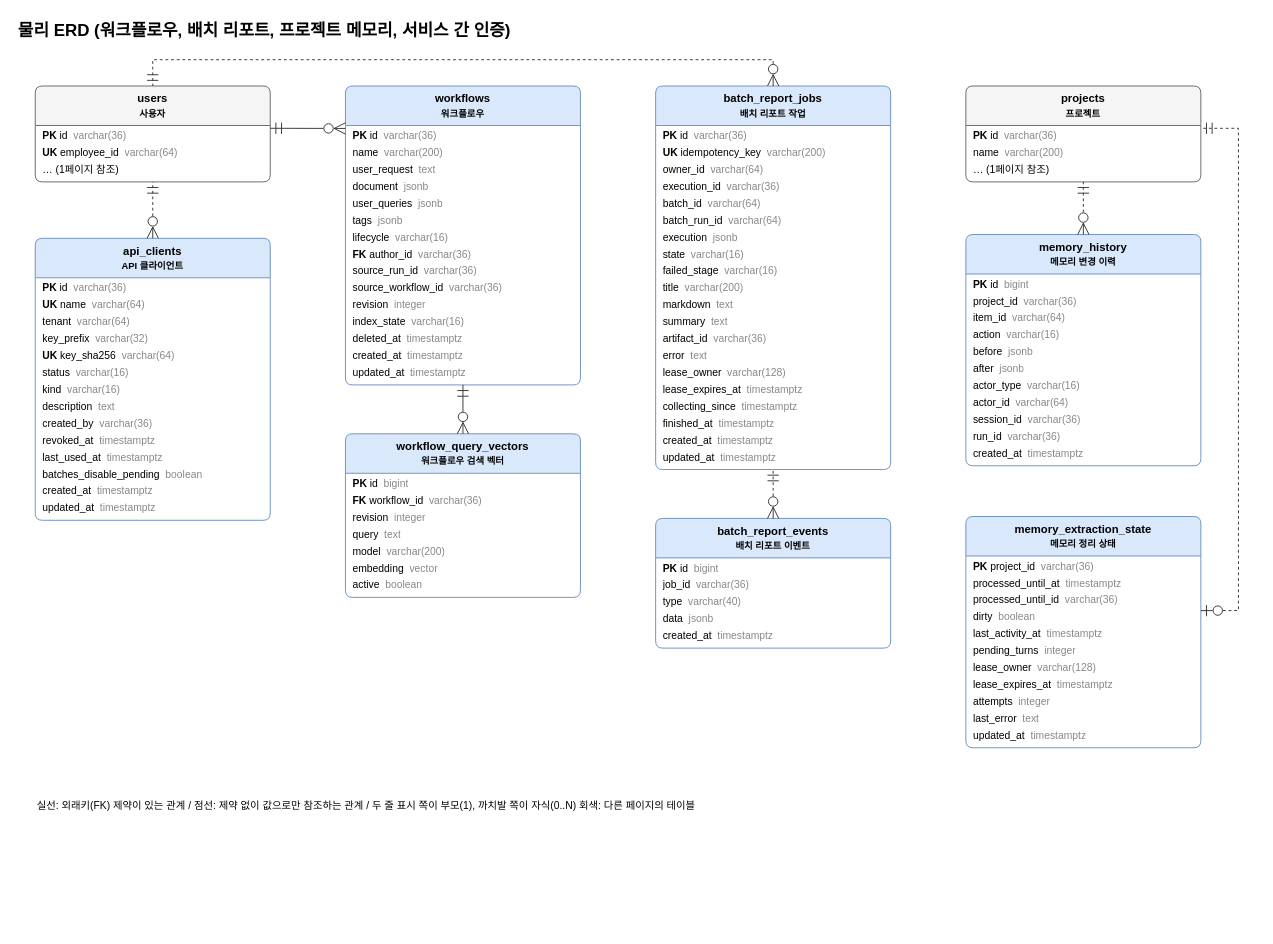
Earlier version of the draw.io diagram page "워크플로우·배치·메모리·인증" (2 of 3) of docs/deliverables/diagrams/05-erd-physical.drawio (KimHwaJin/pr-agentic-service). Source tidied: cells renumbered, new cells numbered last; positions are measured from the earlier drawing's top-left corner, leaving out a move shared by most shapes. Both pictures are drawn from the tidied source at 94%, with x=0, y=0 at pixel (16, 16).
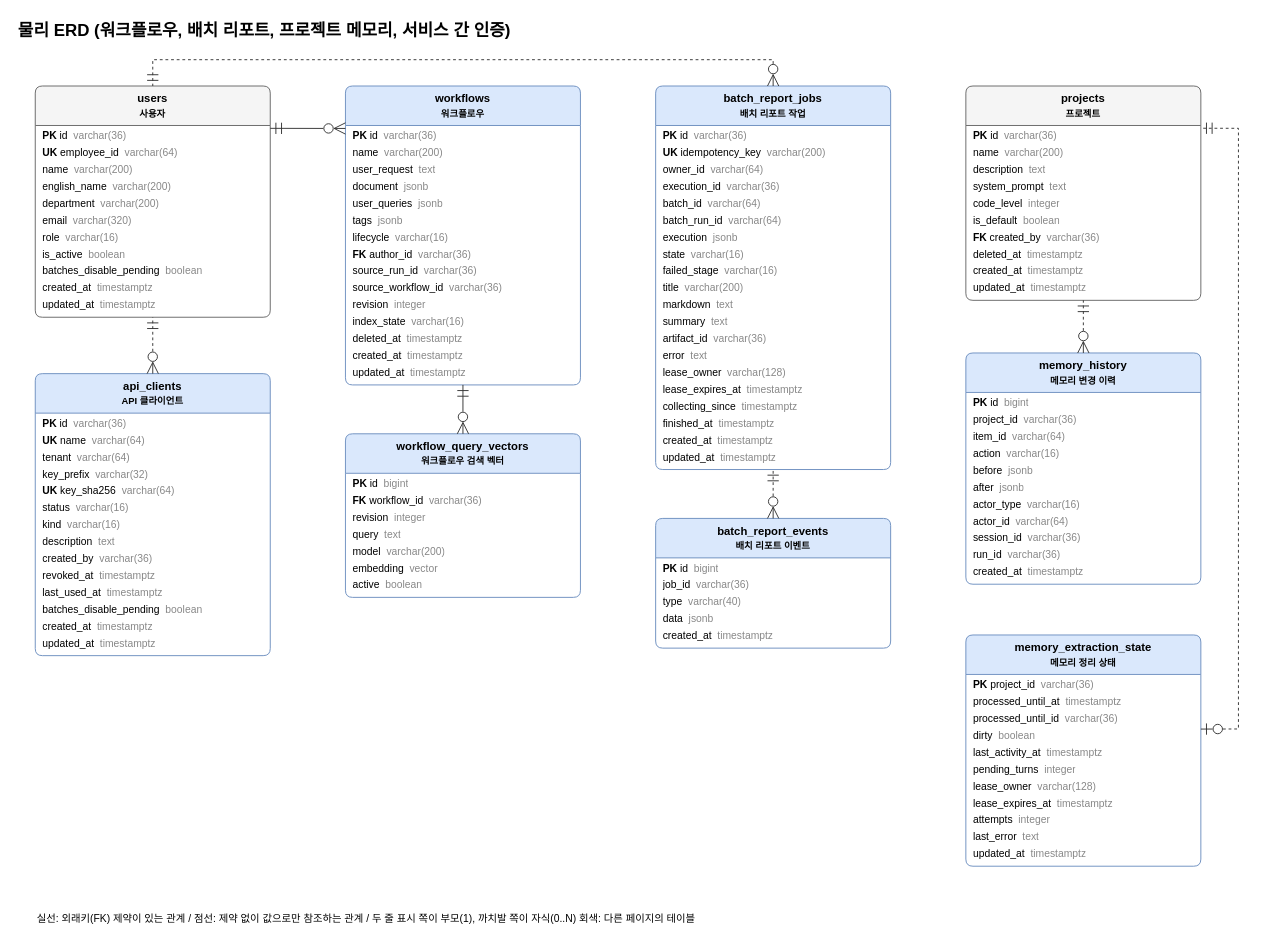
Above is the later version.

Unchanged cells that the change refers to:
```xml
<mxCell id="22" value="&lt;b&gt;workflows&lt;/b&gt;&lt;br&gt;&lt;font style=&quot;font-size:10px&quot;&gt;워크플로우&lt;/font&gt;" style="swimlane;html=1;whiteSpace=wrap;fontFamily=Helvetica;fontSize=12;fontStyle=1;startSize=42;fillColor=#dae8fc;strokeColor=#6c8ebf;swimlaneFillColor=#ffffff;rounded=1;arcSize=6;" parent="1" vertex="1">
  <mxGeometry x="350" y="74" width="250" height="318" as="geometry" />
</mxCell>
```

Change to the diagram source:
```diff
@@
     <mxCell id="3" value="&lt;b&gt;users&lt;/b&gt;&lt;br&gt;&lt;font style=&quot;font-size:10px&quot;&gt;사용자&lt;/font&gt;" style="swimlane;html=1;whiteSpace=wrap;fontFamily=Helvetica;fontSize=12;fontStyle=1;startSize=42;fillColor=#f5f5f5;strokeColor=#666666;swimlaneFillColor=#ffffff;rounded=1;arcSize=6;" parent="1" vertex="1">
-      <mxGeometry x="20" y="74" width="250" height="102" as="geometry" />
+      <mxGeometry x="20" y="74" width="250" height="246" as="geometry" />
     </mxCell>
@@
-    <mxCell id="6" value="… (1페이지 참조)" style="text;html=1;align=left;verticalAlign=middle;spacingLeft=6;fontFamily=Helvetica;fontSize=11;overflow=hidden;" parent="3" vertex="1">
+    <mxCell id="6" value="name&amp;nbsp;&amp;nbsp;&lt;font color=&quot;#888888&quot;&gt;varchar(200)&lt;/font&gt;" style="text;html=1;align=left;verticalAlign=middle;spacingLeft=6;fontFamily=Helvetica;fontSize=11;overflow=hidden;" parent="3" vertex="1">
       <mxGeometry y="80" width="250" height="18" as="geometry" />
     </mxCell>
+    <mxCell id="109" value="english_name&amp;nbsp;&amp;nbsp;&lt;font color=&quot;#888888&quot;&gt;varchar(200)&lt;/font&gt;" style="text;html=1;align=left;verticalAlign=middle;spacingLeft=6;fontFamily=Helvetica;fontSize=11;overflow=hidden;" parent="3" vertex="1">
+      <mxGeometry y="98" width="250" height="18" as="geometry" />
+    </mxCell>
+    <mxCell id="110" value="department&amp;nbsp;&amp;nbsp;&lt;font color=&quot;#888888&quot;&gt;varchar(200)&lt;/font&gt;" style="text;html=1;align=left;verticalAlign=middle;spacingLeft=6;fontFamily=Helvetica;fontSize=11;overflow=hidden;" parent="3" vertex="1">
+      <mxGeometry y="116" width="250" height="18" as="geometry" />
+    </mxCell>
+    <mxCell id="111" value="email&amp;nbsp;&amp;nbsp;&lt;font color=&quot;#888888&quot;&gt;varchar(320)&lt;/font&gt;" style="text;html=1;align=left;verticalAlign=middle;spacingLeft=6;fontFamily=Helvetica;fontSize=11;overflow=hidden;" parent="3" vertex="1">
+      <mxGeometry y="134" width="250" height="18" as="geometry" />
+    </mxCell>
+    <mxCell id="112" value="role&amp;nbsp;&amp;nbsp;&lt;font color=&quot;#888888&quot;&gt;varchar(16)&lt;/font&gt;" style="text;html=1;align=left;verticalAlign=middle;spacingLeft=6;fontFamily=Helvetica;fontSize=11;overflow=hidden;" parent="3" vertex="1">
+      <mxGeometry y="152" width="250" height="18" as="geometry" />
+    </mxCell>
+    <mxCell id="113" value="is_active&amp;nbsp;&amp;nbsp;&lt;font color=&quot;#888888&quot;&gt;boolean&lt;/font&gt;" style="text;html=1;align=left;verticalAlign=middle;spacingLeft=6;fontFamily=Helvetica;fontSize=11;overflow=hidden;" parent="3" vertex="1">
+      <mxGeometry y="170" width="250" height="18" as="geometry" />
+    </mxCell>
+    <mxCell id="114" value="batches_disable_pending&amp;nbsp;&amp;nbsp;&lt;font color=&quot;#888888&quot;&gt;boolean&lt;/font&gt;" style="text;html=1;align=left;verticalAlign=middle;spacingLeft=6;fontFamily=Helvetica;fontSize=11;overflow=hidden;" parent="3" vertex="1">
+      <mxGeometry y="188" width="250" height="18" as="geometry" />
+    </mxCell>
+    <mxCell id="115" value="created_at&amp;nbsp;&amp;nbsp;&lt;font color=&quot;#888888&quot;&gt;timestamptz&lt;/font&gt;" style="text;html=1;align=left;verticalAlign=middle;spacingLeft=6;fontFamily=Helvetica;fontSize=11;overflow=hidden;" parent="3" vertex="1">
+      <mxGeometry y="206" width="250" height="18" as="geometry" />
+    </mxCell>
+    <mxCell id="116" value="updated_at&amp;nbsp;&amp;nbsp;&lt;font color=&quot;#888888&quot;&gt;timestamptz&lt;/font&gt;" style="text;html=1;align=left;verticalAlign=middle;spacingLeft=6;fontFamily=Helvetica;fontSize=11;overflow=hidden;" parent="3" vertex="1">
+      <mxGeometry y="224" width="250" height="18" as="geometry" />
+    </mxCell>
     <mxCell id="7" value="&lt;b&gt;api_clients&lt;/b&gt;&lt;br&gt;&lt;font style=&quot;font-size:10px&quot;&gt;API 클라이언트&lt;/font&gt;" style="swimlane;html=1;whiteSpace=wrap;fontFamily=Helvetica;fontSize=12;fontStyle=1;startSize=42;fillColor=#dae8fc;strokeColor=#6c8ebf;swimlaneFillColor=#ffffff;rounded=1;arcSize=6;" parent="1" vertex="1">
-      <mxGeometry x="20" y="236" width="250" height="300" as="geometry" />
+      <mxGeometry x="20" y="380" width="250" height="300" as="geometry" />
     </mxCell>
@@
     <mxCell id="73" value="&lt;b&gt;projects&lt;/b&gt;&lt;br&gt;&lt;font style=&quot;font-size:10px&quot;&gt;프로젝트&lt;/font&gt;" style="swimlane;html=1;whiteSpace=wrap;fontFamily=Helvetica;fontSize=12;fontStyle=1;startSize=42;fillColor=#f5f5f5;strokeColor=#666666;swimlaneFillColor=#ffffff;rounded=1;arcSize=6;" parent="1" vertex="1">
-      <mxGeometry x="1010" y="74" width="250" height="102" as="geometry" />
+      <mxGeometry x="1010" y="74" width="250" height="228" as="geometry" />
     </mxCell>
@@
-    <mxCell id="76" value="… (1페이지 참조)" style="text;html=1;align=left;verticalAlign=middle;spacingLeft=6;fontFamily=Helvetica;fontSize=11;overflow=hidden;" parent="73" vertex="1">
+    <mxCell id="76" value="description&amp;nbsp;&amp;nbsp;&lt;font color=&quot;#888888&quot;&gt;text&lt;/font&gt;" style="text;html=1;align=left;verticalAlign=middle;spacingLeft=6;fontFamily=Helvetica;fontSize=11;overflow=hidden;" parent="73" vertex="1">
       <mxGeometry y="80" width="250" height="18" as="geometry" />
     </mxCell>
+    <mxCell id="117" value="system_prompt&amp;nbsp;&amp;nbsp;&lt;font color=&quot;#888888&quot;&gt;text&lt;/font&gt;" style="text;html=1;align=left;verticalAlign=middle;spacingLeft=6;fontFamily=Helvetica;fontSize=11;overflow=hidden;" parent="73" vertex="1">
+      <mxGeometry y="98" width="250" height="18" as="geometry" />
+    </mxCell>
+    <mxCell id="118" value="code_level&amp;nbsp;&amp;nbsp;&lt;font color=&quot;#888888&quot;&gt;integer&lt;/font&gt;" style="text;html=1;align=left;verticalAlign=middle;spacingLeft=6;fontFamily=Helvetica;fontSize=11;overflow=hidden;" parent="73" vertex="1">
+      <mxGeometry y="116" width="250" height="18" as="geometry" />
+    </mxCell>
+    <mxCell id="119" value="is_default&amp;nbsp;&amp;nbsp;&lt;font color=&quot;#888888&quot;&gt;boolean&lt;/font&gt;" style="text;html=1;align=left;verticalAlign=middle;spacingLeft=6;fontFamily=Helvetica;fontSize=11;overflow=hidden;" parent="73" vertex="1">
+      <mxGeometry y="134" width="250" height="18" as="geometry" />
+    </mxCell>
+    <mxCell id="120" value="&lt;b&gt;FK&lt;/b&gt;&amp;nbsp;created_by&amp;nbsp;&amp;nbsp;&lt;font color=&quot;#888888&quot;&gt;varchar(36)&lt;/font&gt;" style="text;html=1;align=left;verticalAlign=middle;spacingLeft=6;fontFamily=Helvetica;fontSize=11;overflow=hidden;" parent="73" vertex="1">
+      <mxGeometry y="152" width="250" height="18" as="geometry" />
+    </mxCell>
+    <mxCell id="121" value="deleted_at&amp;nbsp;&amp;nbsp;&lt;font color=&quot;#888888&quot;&gt;timestamptz&lt;/font&gt;" style="text;html=1;align=left;verticalAlign=middle;spacingLeft=6;fontFamily=Helvetica;fontSize=11;overflow=hidden;" parent="73" vertex="1">
+      <mxGeometry y="170" width="250" height="18" as="geometry" />
+    </mxCell>
+    <mxCell id="122" value="created_at&amp;nbsp;&amp;nbsp;&lt;font color=&quot;#888888&quot;&gt;timestamptz&lt;/font&gt;" style="text;html=1;align=left;verticalAlign=middle;spacingLeft=6;fontFamily=Helvetica;fontSize=11;overflow=hidden;" parent="73" vertex="1">
+      <mxGeometry y="188" width="250" height="18" as="geometry" />
+    </mxCell>
+    <mxCell id="123" value="updated_at&amp;nbsp;&amp;nbsp;&lt;font color=&quot;#888888&quot;&gt;timestamptz&lt;/font&gt;" style="text;html=1;align=left;verticalAlign=middle;spacingLeft=6;fontFamily=Helvetica;fontSize=11;overflow=hidden;" parent="73" vertex="1">
+      <mxGeometry y="206" width="250" height="18" as="geometry" />
+    </mxCell>
     <mxCell id="77" value="&lt;b&gt;memory_history&lt;/b&gt;&lt;br&gt;&lt;font style=&quot;font-size:10px&quot;&gt;메모리 변경 이력&lt;/font&gt;" style="swimlane;html=1;whiteSpace=wrap;fontFamily=Helvetica;fontSize=12;fontStyle=1;startSize=42;fillColor=#dae8fc;strokeColor=#6c8ebf;swimlaneFillColor=#ffffff;rounded=1;arcSize=6;" parent="1" vertex="1">
-      <mxGeometry x="1010" y="232" width="250" height="246" as="geometry" />
+      <mxGeometry x="1010" y="358" width="250" height="246" as="geometry" />
     </mxCell>
@@
     <mxCell id="89" value="&lt;b&gt;memory_extraction_state&lt;/b&gt;&lt;br&gt;&lt;font style=&quot;font-size:10px&quot;&gt;메모리 정리 상태&lt;/font&gt;" style="swimlane;html=1;whiteSpace=wrap;fontFamily=Helvetica;fontSize=12;fontStyle=1;startSize=42;fillColor=#dae8fc;strokeColor=#6c8ebf;swimlaneFillColor=#ffffff;rounded=1;arcSize=6;" parent="1" vertex="1">
-      <mxGeometry x="1010" y="532" width="250" height="246" as="geometry" />
+      <mxGeometry x="1010" y="658" width="250" height="246" as="geometry" />
     </mxCell>
@@
     <mxCell id="101" value="실선: 외래키(FK) 제약이 있는 관계  /  점선: 제약 없이 값으로만 참조하는 관계  /  두 줄 표시 쪽이 부모(1), 까치발 쪽이 자식(0..N)   회색: 다른 페이지의 테이블" style="text;html=1;whiteSpace=wrap;fontFamily=Helvetica;fontSize=11;align=left;verticalAlign=middle;" parent="1" vertex="1">
-      <mxGeometry x="20" y="830" width="1300" height="20" as="geometry" />
+      <mxGeometry x="20" y="950" width="1300" height="20" as="geometry" />
     </mxCell>
-    <mxCell id="102" style="edgeStyle=none;rounded=0;html=1;endArrow=ERmandOne;endFill=0;endSize=10;startSize=10;startArrow=ERzeroToMany;startFill=0;strokeColor=#333333;fontFamily=Helvetica;fontSize=11;exitX=0.000;exitY=0.142;exitDx=0;exitDy=0;entryX=1.000;entryY=0.441;entryDx=0;entryDy=0;" parent="1" edge="1" source="22" target="3">
+    <mxCell id="102" style="edgeStyle=none;rounded=0;html=1;endArrow=ERmandOne;endFill=0;endSize=10;startSize=10;startArrow=ERzeroToMany;startFill=0;strokeColor=#333333;fontFamily=Helvetica;fontSize=11;exitX=0.000;exitY=0.142;exitDx=0;exitDy=0;entryX=1.000;entryY=0.183;entryDx=0;entryDy=0;" parent="1" edge="1" source="22" target="3">
       <mxGeometry relative="1" as="geometry" />
     </mxCell>
@@
-    <mxCell id="108" style="edgeStyle=none;rounded=0;html=1;endArrow=ERmandOne;endFill=0;endSize=10;startSize=10;startArrow=ERzeroToOne;startFill=0;strokeColor=#333333;fontFamily=Helvetica;fontSize=11;exitX=1.000;exitY=0.407;exitDx=0;exitDy=0;entryX=1.000;entryY=0.441;entryDx=0;entryDy=0;dashed=1;" parent="1" edge="1" source="89" target="73">
+    <mxCell id="108" style="edgeStyle=none;rounded=0;html=1;endArrow=ERmandOne;endFill=0;endSize=10;startSize=10;startArrow=ERzeroToOne;startFill=0;strokeColor=#333333;fontFamily=Helvetica;fontSize=11;exitX=1.000;exitY=0.407;exitDx=0;exitDy=0;entryX=1.000;entryY=0.197;entryDx=0;entryDy=0;dashed=1;" parent="1" edge="1" source="89" target="73">
       <mxGeometry relative="1" as="geometry">
         <Array as="points">
-          <mxPoint x="1300" y="632" />
+          <mxPoint x="1300" y="758" />
           <mxPoint x="1300" y="119" />
         </Array>
       </mxGeometry>
     </mxCell>
```
